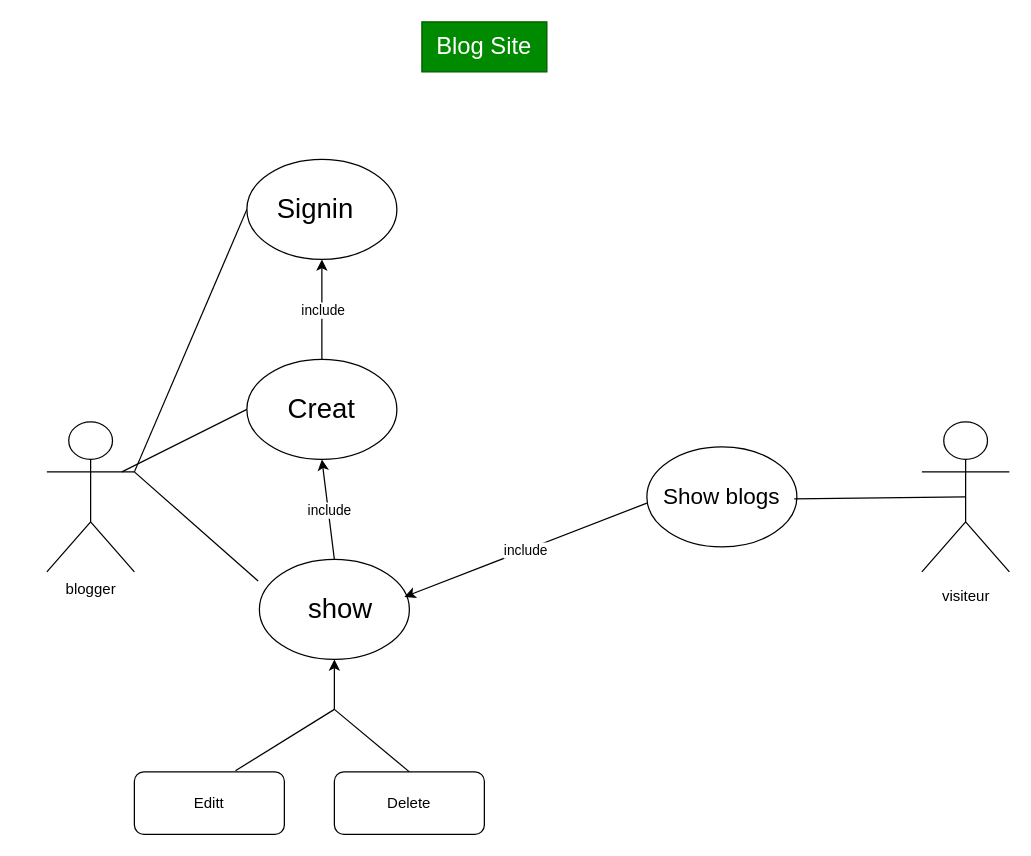
chaima-marzouk/blog-project keeps this draw.io diagram as uml.drawio. Above is the earlier version. Source tidied: cells renumbered, new cells numbered last; positions are measured from the earlier drawing's top-left corner, leaving out a move shared by most shapes. Both pictures are drawn from the tidied source at 125%, with x=0, y=0 at pixel (46, 21).
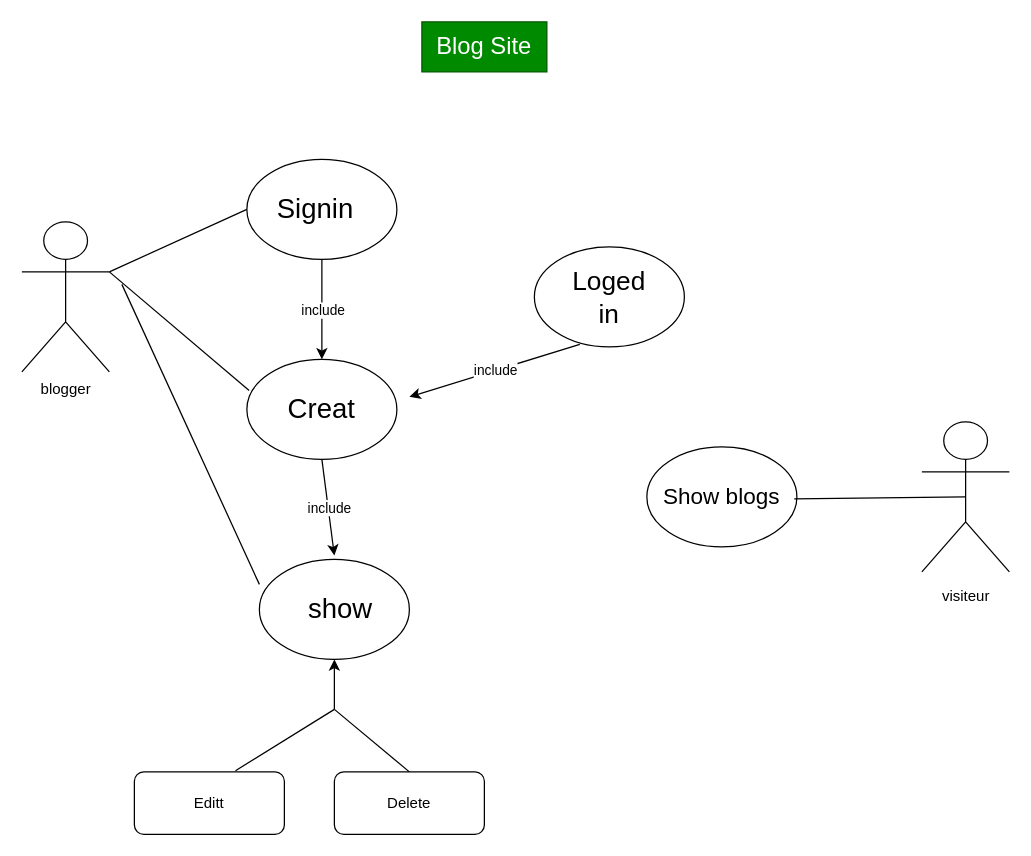
The same page after the edit.

The change refers to these unchanged cells:
```xml
<mxCell id="6" style="ellipse;whiteSpace=wrap;html=1;" parent="1" vertex="1">
  <mxGeometry x="160" y="110" width="120" height="80" as="geometry" />
</mxCell>
<mxCell id="7" style="ellipse;whiteSpace=wrap;html=1;" parent="1" vertex="1">
  <mxGeometry x="160" y="270" width="120" height="80" as="geometry" />
</mxCell>
<mxCell id="8" style="ellipse;whiteSpace=wrap;html=1;" parent="1" vertex="1">
  <mxGeometry x="170" y="430" width="120" height="80" as="geometry" />
</mxCell>
```

Diff of the diagram source:
```diff
@@
     <mxCell id="2" value="blogger" style="shape=umlActor;verticalLabelPosition=bottom;verticalAlign=top;html=1;outlineConnect=0;" parent="1" vertex="1">
-      <mxGeometry y="320" width="70" height="120" as="geometry" />
+      <mxGeometry x="-20" y="160" width="70" height="120" as="geometry" />
     </mxCell>
@@
-    <mxCell id="23" style="endArrow=classic;html=1;exitX=0.5;exitY=0;exitDx=0;exitDy=0;entryX=0.5;entryY=1;entryDx=0;entryDy=0;" parent="1" edge="1" source="7" target="6">
+    <mxCell id="23" style="endArrow=classic;html=1;exitX=0.5;exitY=1;exitDx=0;exitDy=0;entryX=0.5;entryY=0;entryDx=0;entryDy=0;" parent="1" edge="1" source="6" target="7">
       <mxGeometry relative="1" as="geometry" />
     </mxCell>
@@
-    <mxCell id="25" style="endArrow=classic;html=1;entryX=0.5;entryY=1;entryDx=0;entryDy=0;exitX=0.5;exitY=0;exitDx=0;exitDy=0;" parent="1" edge="1" source="8" target="7">
-      <mxGeometry relative="1" as="geometry" />
+    <mxCell id="25" style="endArrow=classic;html=1;exitX=0.5;exitY=1;exitDx=0;exitDy=0;" parent="1" edge="1" source="7">
+      <mxGeometry relative="1" as="geometry">
+        <mxPoint x="230" y="427" as="targetPoint" />
+      </mxGeometry>
     </mxCell>
@@
-    <mxCell id="27" style="endArrow=none;html=1;entryX=0;entryY=0.5;entryDx=0;entryDy=0;" parent="1" edge="1" target="7">
-      <mxGeometry relative="1" as="geometry">
-        <mxPoint x="60" y="360" as="sourcePoint" />
-      </mxGeometry>
-    </mxCell>
-    <mxCell id="28" style="endArrow=none;html=1;entryX=-0.008;entryY=0.217;entryDx=0;entryDy=0;entryPerimeter=0;" parent="1" edge="1" target="8">
-      <mxGeometry relative="1" as="geometry">
-        <mxPoint x="70" y="360" as="sourcePoint" />
-      </mxGeometry>
-    </mxCell>
-    <mxCell id="29" style="endArrow=classic;html=1;" parent="1" edge="1">
-      <mxGeometry relative="1" as="geometry">
-        <mxPoint x="480" y="385" as="sourcePoint" />
-        <mxPoint x="286" y="460" as="targetPoint" />
-      </mxGeometry>
-    </mxCell>
+    <mxCell id="31" style="endArrow=none;html=1;entryX=1;entryY=0.3333333333333333;entryDx=0;entryDy=0;entryPerimeter=0;exitX=0.015;exitY=0.312;exitDx=0;exitDy=0;exitPerimeter=0;" parent="1" edge="1" source="7" target="2">
+      <mxGeometry relative="1" as="geometry" />
+    </mxCell>
+    <mxCell id="32" style="endArrow=none;html=1;entryX=1;entryY=0.3333333333333333;entryDx=0;entryDy=0;entryPerimeter=0;exitX=0;exitY=0.25;exitDx=0;exitDy=0;exitPerimeter=0;" parent="1" edge="1" source="8">
+      <mxGeometry relative="1" as="geometry">
+        <mxPoint x="60" y="210" as="targetPoint" />
+      </mxGeometry>
+    </mxCell>
+    <mxCell id="33" style="ellipse;whiteSpace=wrap;html=1;" parent="1" vertex="1">
+      <mxGeometry x="390" y="180" width="120" height="80" as="geometry" />
+    </mxCell>
+    <mxCell id="34" value="Loged in" style="text;html=1;strokeColor=none;fillColor=none;align=center;verticalAlign=middle;whiteSpace=wrap;rounded=0;fontSize=21;" parent="1" vertex="1">
+      <mxGeometry x="410" y="190" width="80" height="60" as="geometry" />
+    </mxCell>
+    <mxCell id="35" style="endArrow=classic;html=1;exitX=0.303;exitY=0.975;exitDx=0;exitDy=0;exitPerimeter=0;" parent="1" edge="1" source="33">
+      <mxGeometry relative="1" as="geometry">
+        <mxPoint x="290" y="300" as="targetPoint" />
+      </mxGeometry>
+    </mxCell>
-    <mxCell id="30" value="include" style="edgeLabel;html=1;align=center;verticalAlign=middle;" parent="29" vertex="1">
+    <mxCell id="30" value="include" style="edgeLabel;html=1;align=center;verticalAlign=middle;" parent="35" vertex="1">
       <mxGeometry relative="1" as="geometry" />
     </mxCell>
```
